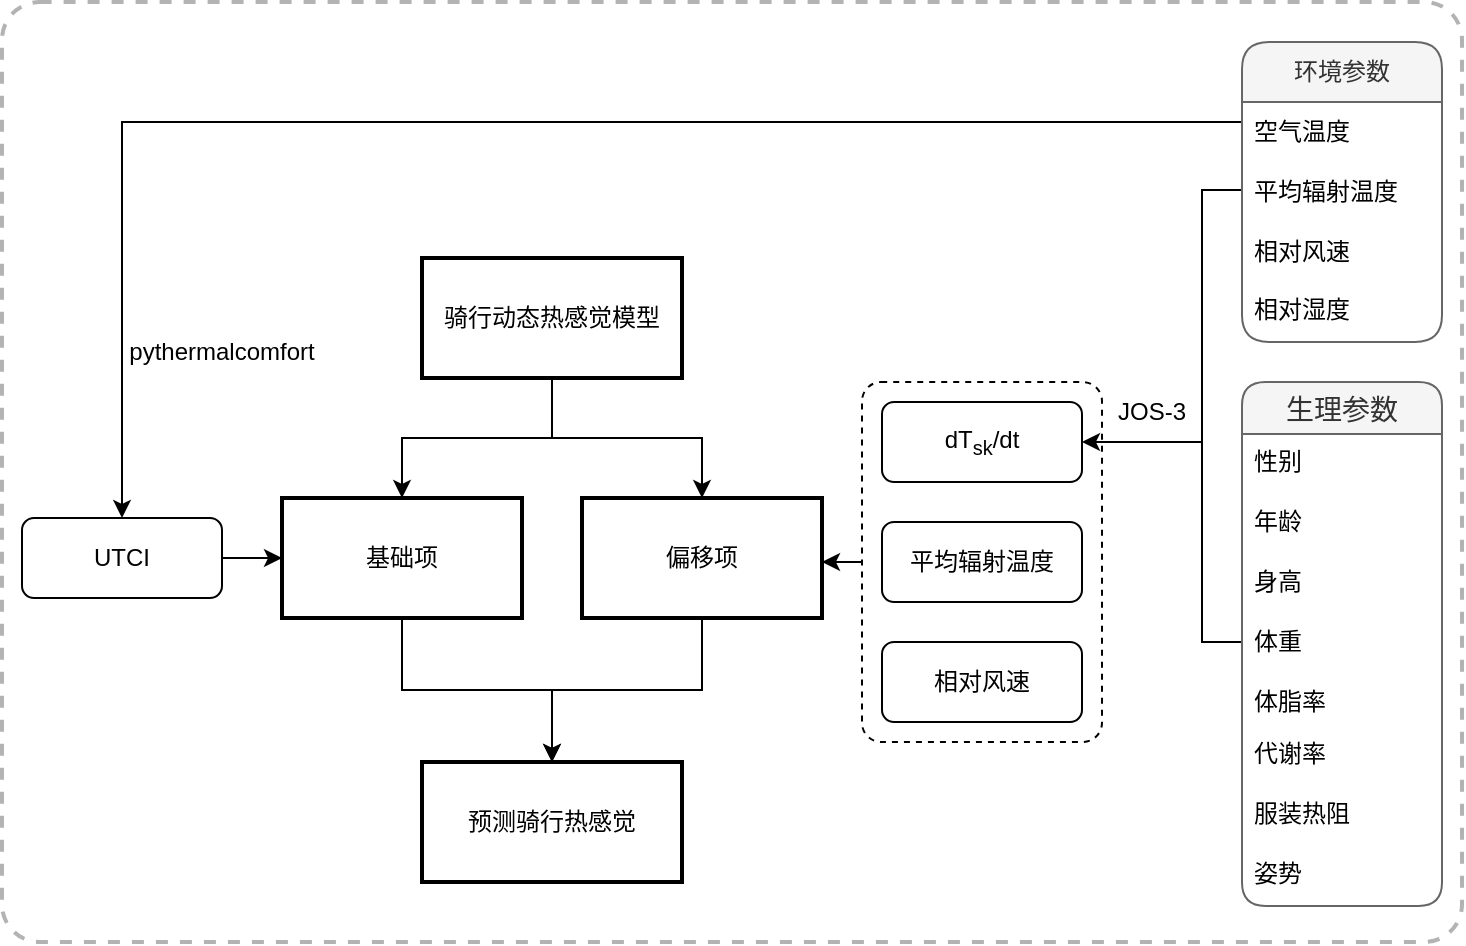
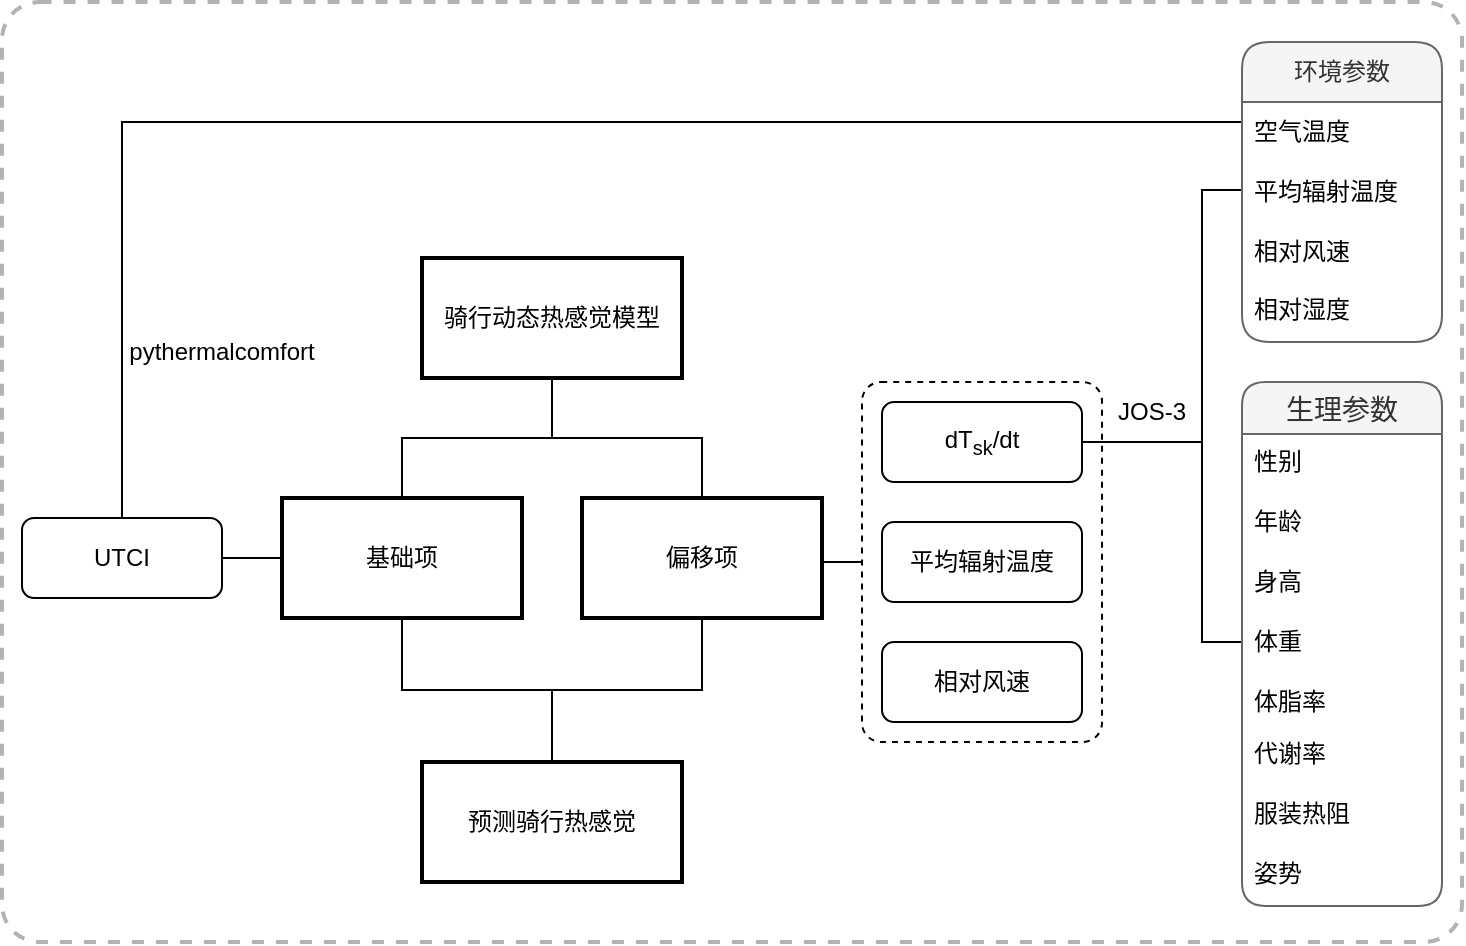
- <mxfile host="app.diagrams.net" agent="Mozilla/5.0 (Windows NT 10.0; Win64; x64) AppleWebKit/537.36 (KHTML, like Gecko) Chrome/144.0.0.0 Safari/537.36 Edg/144.0.0.0" version="29.3.8">
+ <mxfile host="app.diagrams.net" agent="Mozilla/5.0 (Windows NT 10.0; Win64; x64) AppleWebKit/537.36 (KHTML, like Gecko) Chrome/144.0.0.0 Safari/537.36 Edg/144.0.0.0">
  <diagram name="第 1 页" id="glPK5P-ny3f8Xh9A9EKN">
-     <mxGraphModel dx="2880" dy="3063" grid="1" gridSize="10" guides="1" tooltips="1" connect="1" arrows="1" fold="1" page="1" pageScale="1" pageWidth="827" pageHeight="1169" math="0" shadow="0">
+     <mxGraphModel dx="2866" dy="3063" grid="1" gridSize="10" guides="1" tooltips="1" connect="1" arrows="1" fold="1" page="1" pageScale="1" pageWidth="827" pageHeight="1169" math="0" shadow="0">
      <root>
        <mxCell id="0" />
        <mxCell id="1" parent="0" />
        <mxCell id="DDlVv7utrR2fyOD2mtOR-19" edge="1" parent="1" style="edgeStyle=orthogonalEdgeStyle;rounded=0;orthogonalLoop=1;jettySize=auto;html=1;fontFamily=Helvetica;fontSize=12;fontColor=default;entryX=0.5;entryY=1;entryDx=0;entryDy=0;exitX=0.5;exitY=0;exitDx=0;exitDy=0;curved=0;endArrow=none;endFill=0;" value="">
          <mxGeometry relative="1" as="geometry">
            <Array as="points">
              <mxPoint x="590" y="290" />
              <mxPoint x="420" y="290" />
            </Array>
            <mxPoint x="590" y="310" as="sourcePoint" />
          </mxGeometry>
        </mxCell>
        <mxCell id="DDlVv7utrR2fyOD2mtOR-20" edge="1" parent="1" style="edgeStyle=orthogonalEdgeStyle;rounded=0;orthogonalLoop=1;jettySize=auto;html=1;fontFamily=Helvetica;fontSize=12;fontColor=default;entryX=0.5;entryY=1;entryDx=0;entryDy=0;curved=0;endArrow=none;endFill=0;" value="">
          <mxGeometry relative="1" as="geometry">
            <Array as="points">
              <mxPoint x="590" y="290" />
              <mxPoint x="760" y="290" />
            </Array>
            <mxPoint x="590.0000000000002" y="310" as="sourcePoint" />
          </mxGeometry>
        </mxCell>
        <mxCell id="DDlVv7utrR2fyOD2mtOR-21" edge="1" parent="1" style="edgeStyle=orthogonalEdgeStyle;rounded=0;orthogonalLoop=1;jettySize=auto;html=1;fontFamily=Helvetica;fontSize=12;fontColor=default;curved=0;endArrow=none;endFill=0;" value="">
          <mxGeometry relative="1" as="geometry">
            <mxPoint x="590" y="310" as="sourcePoint" />
          </mxGeometry>
        </mxCell>
        <mxCell id="DDlVv7utrR2fyOD2mtOR-28" parent="1" style="whiteSpace=wrap;strokeWidth=2;verticalAlign=top;container=0;rounded=1;dashed=1;rotation=0;arcSize=4;imageHeight=810;absoluteArcSize=0;imageWidth=510;strokeColor=#B3B3B3;fontFamily=Times New Roman;" value="" vertex="1">
          <mxGeometry height="470" width="730" x="-1650" y="-2330" as="geometry" />
        </mxCell>
-         <mxCell id="Wkw2B2C9g4WW052a8NMw-73" edge="1" parent="1" source="DDlVv7utrR2fyOD2mtOR-34" style="edgeStyle=orthogonalEdgeStyle;rounded=0;orthogonalLoop=1;jettySize=auto;html=1;entryX=0.5;entryY=0;entryDx=0;entryDy=0;" target="DDlVv7utrR2fyOD2mtOR-35">
+         <mxCell id="Wkw2B2C9g4WW052a8NMw-73" edge="1" parent="1" source="DDlVv7utrR2fyOD2mtOR-34" style="edgeStyle=orthogonalEdgeStyle;rounded=0;orthogonalLoop=1;jettySize=auto;html=1;entryX=0.5;entryY=0;entryDx=0;entryDy=0;endArrow=none;endFill=0;" target="DDlVv7utrR2fyOD2mtOR-35">
          <mxGeometry relative="1" as="geometry" />
        </mxCell>
-         <mxCell id="Wkw2B2C9g4WW052a8NMw-74" edge="1" parent="1" source="DDlVv7utrR2fyOD2mtOR-34" style="edgeStyle=orthogonalEdgeStyle;rounded=0;orthogonalLoop=1;jettySize=auto;html=1;entryX=0.5;entryY=0;entryDx=0;entryDy=0;" target="DDlVv7utrR2fyOD2mtOR-37">
+         <mxCell id="Wkw2B2C9g4WW052a8NMw-74" edge="1" parent="1" source="DDlVv7utrR2fyOD2mtOR-34" style="edgeStyle=orthogonalEdgeStyle;rounded=0;orthogonalLoop=1;jettySize=auto;html=1;entryX=0.5;entryY=0;entryDx=0;entryDy=0;endArrow=none;endFill=0;" target="DDlVv7utrR2fyOD2mtOR-37">
          <mxGeometry relative="1" as="geometry" />
        </mxCell>
        <mxCell id="DDlVv7utrR2fyOD2mtOR-34" parent="1" style="whiteSpace=wrap;strokeWidth=2;fontFamily=Times New Roman;" value="骑行动态热感觉模型" vertex="1">
          <mxGeometry height="60" width="130" x="-1440" y="-2202" as="geometry" />
        </mxCell>
        <mxCell id="DDlVv7utrR2fyOD2mtOR-39" parent="1" style="whiteSpace=wrap;strokeWidth=2;fontFamily=Times New Roman;" value="预测骑行热感觉" vertex="1">
          <mxGeometry height="60" width="130" x="-1440" y="-1950" as="geometry" />
        </mxCell>
        <mxCell id="DDlVv7utrR2fyOD2mtOR-52" edge="1" parent="1" style="curved=1;startArrow=none;endArrow=block;exitX=1;exitY=0.5;entryX=0;entryY=0.5;rounded=0;strokeWidth=2;fontFamily=Times New Roman;" value="">
          <mxGeometry relative="1" as="geometry">
            <Array as="points" />
            <mxPoint x="-664.9999999999998" y="630" as="sourcePoint" />
          </mxGeometry>
        </mxCell>
        <mxCell id="DDlVv7utrR2fyOD2mtOR-53" edge="1" parent="1" style="curved=1;startArrow=none;endArrow=block;exitX=1;exitY=0.5;entryX=0;entryY=0.5;rounded=0;strokeWidth=2;fontFamily=Times New Roman;" value="">
          <mxGeometry relative="1" as="geometry">
            <Array as="points" />
            <mxPoint x="-517" y="630" as="sourcePoint" />
          </mxGeometry>
        </mxCell>
        <mxCell id="DDlVv7utrR2fyOD2mtOR-54" edge="1" parent="1" style="curved=1;startArrow=none;endArrow=block;exitX=1;exitY=0.5;entryX=0;entryY=0.5;rounded=0;exitDx=0;exitDy=0;strokeWidth=2;fontFamily=Times New Roman;" value="">
          <mxGeometry relative="1" as="geometry">
            <Array as="points" />
            <mxPoint x="-370" y="630" as="sourcePoint" />
          </mxGeometry>
        </mxCell>
        <mxCell id="DDlVv7utrR2fyOD2mtOR-55" edge="1" parent="1" style="curved=1;startArrow=none;endArrow=block;exitX=1;exitY=0.5;entryX=0;entryY=0.5;rounded=0;strokeWidth=2;fontFamily=Times New Roman;" value="">
          <mxGeometry relative="1" as="geometry">
            <Array as="points" />
            <mxPoint x="-222" y="630" as="sourcePoint" />
          </mxGeometry>
        </mxCell>
        <mxCell id="DDlVv7utrR2fyOD2mtOR-56" edge="1" parent="1" style="edgeStyle=orthogonalEdgeStyle;rounded=0;orthogonalLoop=1;jettySize=auto;html=1;" value="">
          <mxGeometry relative="1" as="geometry">
            <mxPoint x="1137.9300000000003" y="275" as="targetPoint" />
          </mxGeometry>
        </mxCell>
        <mxCell id="DDlVv7utrR2fyOD2mtOR-65" edge="1" parent="1" style="edgeStyle=orthogonalEdgeStyle;rounded=0;orthogonalLoop=1;jettySize=auto;html=1;strokeColor=#808080;strokeWidth=2;fontFamily=Times New Roman;">
          <mxGeometry relative="1" as="geometry">
            <mxPoint x="210" y="780" as="targetPoint" />
          </mxGeometry>
        </mxCell>
        <mxCell id="DDlVv7utrR2fyOD2mtOR-82" edge="1" parent="1" style="edgeStyle=orthogonalEdgeStyle;rounded=0;orthogonalLoop=1;jettySize=auto;html=1;fontFamily=Times New Roman;fontSize=12;fontColor=default;exitX=1;exitY=0.25;exitDx=0;exitDy=0;entryX=0;entryY=0.25;entryDx=0;entryDy=0;strokeWidth=2;" value="">
          <mxGeometry relative="1" as="geometry">
            <mxPoint x="-347" y="117.5" as="sourcePoint" />
          </mxGeometry>
        </mxCell>
-         <mxCell id="Wkw2B2C9g4WW052a8NMw-72" edge="1" parent="1" source="Wkw2B2C9g4WW052a8NMw-11" style="edgeStyle=orthogonalEdgeStyle;rounded=0;orthogonalLoop=1;jettySize=auto;html=1;" target="DDlVv7utrR2fyOD2mtOR-35">
+         <mxCell id="Wkw2B2C9g4WW052a8NMw-72" edge="1" parent="1" source="Wkw2B2C9g4WW052a8NMw-11" style="edgeStyle=orthogonalEdgeStyle;rounded=0;orthogonalLoop=1;jettySize=auto;html=1;endArrow=none;endFill=0;" target="DDlVv7utrR2fyOD2mtOR-35">
          <mxGeometry relative="1" as="geometry" />
        </mxCell>
        <mxCell id="Wkw2B2C9g4WW052a8NMw-11" parent="1" style="rounded=1;whiteSpace=wrap;html=1;" value="UTCI" vertex="1">
          <mxGeometry height="40" width="100" x="-1640" y="-2072" as="geometry" />
        </mxCell>
        <mxCell id="Wkw2B2C9g4WW052a8NMw-62" connectable="0" parent="1" style="group" value="" vertex="1">
          <mxGeometry height="60" width="270" x="-1510" y="-2082" as="geometry" />
        </mxCell>
        <mxCell id="DDlVv7utrR2fyOD2mtOR-35" parent="Wkw2B2C9g4WW052a8NMw-62" style="whiteSpace=wrap;strokeWidth=2;fontFamily=Times New Roman;" value="基础项" vertex="1">
          <mxGeometry height="60" width="120" as="geometry" />
        </mxCell>
        <mxCell id="DDlVv7utrR2fyOD2mtOR-37" parent="Wkw2B2C9g4WW052a8NMw-62" style="whiteSpace=wrap;strokeWidth=2;fontFamily=Times New Roman;" value="偏移项" vertex="1">
          <mxGeometry height="60" width="120" x="150" as="geometry" />
        </mxCell>
-         <mxCell id="Wkw2B2C9g4WW052a8NMw-69" edge="1" parent="1" source="Wkw2B2C9g4WW052a8NMw-87" style="edgeStyle=orthogonalEdgeStyle;rounded=0;orthogonalLoop=1;jettySize=auto;html=1;entryX=0.5;entryY=0;entryDx=0;entryDy=0;exitX=0;exitY=0.5;exitDx=0;exitDy=0;" target="Wkw2B2C9g4WW052a8NMw-11">
+         <mxCell id="Wkw2B2C9g4WW052a8NMw-69" edge="1" parent="1" source="Wkw2B2C9g4WW052a8NMw-87" style="edgeStyle=orthogonalEdgeStyle;rounded=0;orthogonalLoop=1;jettySize=auto;html=1;entryX=0.5;entryY=0;entryDx=0;entryDy=0;exitX=0;exitY=0.5;exitDx=0;exitDy=0;endArrow=none;endFill=0;" target="Wkw2B2C9g4WW052a8NMw-11">
          <mxGeometry relative="1" as="geometry">
            <Array as="points">
              <mxPoint x="-1030" y="-2270" />
              <mxPoint x="-1590" y="-2270" />
            </Array>
          </mxGeometry>
        </mxCell>
-         <mxCell id="Wkw2B2C9g4WW052a8NMw-75" edge="1" parent="1" source="DDlVv7utrR2fyOD2mtOR-35" style="edgeStyle=orthogonalEdgeStyle;rounded=0;orthogonalLoop=1;jettySize=auto;html=1;" target="DDlVv7utrR2fyOD2mtOR-39">
+         <mxCell id="Wkw2B2C9g4WW052a8NMw-75" edge="1" parent="1" source="DDlVv7utrR2fyOD2mtOR-35" style="edgeStyle=orthogonalEdgeStyle;rounded=0;orthogonalLoop=1;jettySize=auto;html=1;endArrow=none;endFill=0;" target="DDlVv7utrR2fyOD2mtOR-39">
          <mxGeometry relative="1" as="geometry" />
        </mxCell>
-         <mxCell id="Wkw2B2C9g4WW052a8NMw-76" edge="1" parent="1" source="DDlVv7utrR2fyOD2mtOR-37" style="edgeStyle=orthogonalEdgeStyle;rounded=0;orthogonalLoop=1;jettySize=auto;html=1;" target="DDlVv7utrR2fyOD2mtOR-39">
+         <mxCell id="Wkw2B2C9g4WW052a8NMw-76" edge="1" parent="1" source="DDlVv7utrR2fyOD2mtOR-37" style="edgeStyle=orthogonalEdgeStyle;rounded=0;orthogonalLoop=1;jettySize=auto;html=1;endArrow=none;endFill=0;" target="DDlVv7utrR2fyOD2mtOR-39">
          <mxGeometry relative="1" as="geometry" />
        </mxCell>
        <mxCell id="Wkw2B2C9g4WW052a8NMw-103" edge="1" parent="1" source="Wkw2B2C9g4WW052a8NMw-86" style="edgeStyle=orthogonalEdgeStyle;rounded=0;orthogonalLoop=1;jettySize=auto;html=1;entryX=1;entryY=0.5;entryDx=0;entryDy=0;" target="Wkw2B2C9g4WW052a8NMw-102">
          <mxGeometry relative="1" as="geometry">
            <Array as="points">
              <mxPoint x="-1050" y="-2236" />
              <mxPoint x="-1050" y="-2110" />
            </Array>
          </mxGeometry>
        </mxCell>
        <mxCell id="Wkw2B2C9g4WW052a8NMw-86" parent="1" style="swimlane;fontStyle=0;childLayout=stackLayout;horizontal=1;startSize=30;horizontalStack=0;resizeParent=1;resizeParentMax=0;resizeLast=0;collapsible=1;marginBottom=0;whiteSpace=wrap;html=1;fillColor=#f5f5f5;strokeColor=#666666;fontColor=#333333;rounded=1;" value="环境参数" vertex="1">
          <mxGeometry height="150" width="100" x="-1030" y="-2310" as="geometry">
            <mxRectangle height="30" width="90" x="-1530" y="-1880" as="alternateBounds" />
          </mxGeometry>
        </mxCell>
        <mxCell id="Wkw2B2C9g4WW052a8NMw-87" parent="Wkw2B2C9g4WW052a8NMw-86" style="text;strokeColor=none;fillColor=none;align=left;verticalAlign=middle;spacingLeft=4;spacingRight=4;overflow=hidden;points=[[0,0.5],[1,0.5]];portConstraint=eastwest;rotatable=0;whiteSpace=wrap;html=1;" value="空气温度" vertex="1">
          <mxGeometry height="30" width="100" y="30" as="geometry" />
        </mxCell>
        <mxCell id="Wkw2B2C9g4WW052a8NMw-88" parent="Wkw2B2C9g4WW052a8NMw-86" style="text;strokeColor=none;fillColor=none;align=left;verticalAlign=middle;spacingLeft=4;spacingRight=4;overflow=hidden;points=[[0,0.5],[1,0.5]];portConstraint=eastwest;rotatable=0;whiteSpace=wrap;html=1;" value="平均辐射温度" vertex="1">
          <mxGeometry height="30" width="100" y="60" as="geometry" />
        </mxCell>
        <mxCell id="Wkw2B2C9g4WW052a8NMw-89" parent="Wkw2B2C9g4WW052a8NMw-86" style="text;strokeColor=none;fillColor=none;align=left;verticalAlign=middle;spacingLeft=4;spacingRight=4;overflow=hidden;points=[[0,0.5],[1,0.5]];portConstraint=eastwest;rotatable=0;whiteSpace=wrap;html=1;" value="相对风速" vertex="1">
          <mxGeometry height="30" width="100" y="90" as="geometry" />
        </mxCell>
        <mxCell id="Wkw2B2C9g4WW052a8NMw-90" parent="Wkw2B2C9g4WW052a8NMw-86" style="text;strokeColor=none;fillColor=none;spacingLeft=4;spacingRight=4;overflow=hidden;rotatable=0;points=[[0,0.5],[1,0.5]];portConstraint=eastwest;fontSize=12;whiteSpace=wrap;html=1;" value="相对湿度" vertex="1">
          <mxGeometry height="30" width="100" y="120" as="geometry" />
        </mxCell>
-         <mxCell id="Wkw2B2C9g4WW052a8NMw-108" edge="1" parent="1" source="Wkw2B2C9g4WW052a8NMw-107" style="edgeStyle=orthogonalEdgeStyle;rounded=0;orthogonalLoop=1;jettySize=auto;html=1;entryX=1.004;entryY=0.54;entryDx=0;entryDy=0;entryPerimeter=0;" target="DDlVv7utrR2fyOD2mtOR-37">
+         <mxCell id="Wkw2B2C9g4WW052a8NMw-108" edge="1" parent="1" source="Wkw2B2C9g4WW052a8NMw-107" style="edgeStyle=orthogonalEdgeStyle;rounded=0;orthogonalLoop=1;jettySize=auto;html=1;entryX=1.004;entryY=0.54;entryDx=0;entryDy=0;entryPerimeter=0;endArrow=none;endFill=0;" target="DDlVv7utrR2fyOD2mtOR-37">
          <mxGeometry relative="1" as="geometry" />
        </mxCell>
        <mxCell id="Wkw2B2C9g4WW052a8NMw-107" parent="1" style="rounded=1;whiteSpace=wrap;html=1;dashed=1;arcSize=8;" value="" vertex="1">
          <mxGeometry height="180" width="120" x="-1220" y="-2140" as="geometry" />
        </mxCell>
-         <mxCell id="Wkw2B2C9g4WW052a8NMw-104" edge="1" parent="1" source="Wkw2B2C9g4WW052a8NMw-91" style="edgeStyle=orthogonalEdgeStyle;rounded=0;orthogonalLoop=1;jettySize=auto;html=1;entryX=1;entryY=0.5;entryDx=0;entryDy=0;" target="Wkw2B2C9g4WW052a8NMw-102">
+         <mxCell id="Wkw2B2C9g4WW052a8NMw-104" edge="1" parent="1" source="Wkw2B2C9g4WW052a8NMw-91" style="edgeStyle=orthogonalEdgeStyle;rounded=0;orthogonalLoop=1;jettySize=auto;html=1;entryX=1;entryY=0.5;entryDx=0;entryDy=0;endArrow=none;endFill=0;" target="Wkw2B2C9g4WW052a8NMw-102">
          <mxGeometry relative="1" as="geometry">
            <Array as="points">
              <mxPoint x="-1050" y="-2010" />
              <mxPoint x="-1050" y="-2110" />
            </Array>
          </mxGeometry>
        </mxCell>
        <mxCell id="Wkw2B2C9g4WW052a8NMw-91" parent="1" style="swimlane;fontStyle=0;childLayout=stackLayout;horizontal=1;startSize=26;horizontalStack=0;resizeParent=1;resizeParentMax=0;resizeLast=0;collapsible=1;marginBottom=0;align=center;fontSize=14;fillColor=#f5f5f5;strokeColor=#666666;fontColor=#333333;rounded=1;" value="生理参数" vertex="1">
          <mxGeometry height="262" width="100" x="-1030" y="-2140" as="geometry" />
        </mxCell>
        <mxCell id="Wkw2B2C9g4WW052a8NMw-92" parent="Wkw2B2C9g4WW052a8NMw-91" style="text;strokeColor=none;fillColor=none;spacingLeft=4;spacingRight=4;overflow=hidden;rotatable=0;points=[[0,0.5],[1,0.5]];portConstraint=eastwest;fontSize=12;whiteSpace=wrap;html=1;" value="性别" vertex="1">
          <mxGeometry height="30" width="100" y="26" as="geometry" />
        </mxCell>
        <mxCell id="Wkw2B2C9g4WW052a8NMw-93" parent="Wkw2B2C9g4WW052a8NMw-91" style="text;strokeColor=none;fillColor=none;spacingLeft=4;spacingRight=4;overflow=hidden;rotatable=0;points=[[0,0.5],[1,0.5]];portConstraint=eastwest;fontSize=12;whiteSpace=wrap;html=1;" value="年龄" vertex="1">
          <mxGeometry height="30" width="100" y="56" as="geometry" />
        </mxCell>
        <mxCell id="Wkw2B2C9g4WW052a8NMw-94" parent="Wkw2B2C9g4WW052a8NMw-91" style="text;strokeColor=none;fillColor=none;spacingLeft=4;spacingRight=4;overflow=hidden;rotatable=0;points=[[0,0.5],[1,0.5]];portConstraint=eastwest;fontSize=12;whiteSpace=wrap;html=1;" value="身高" vertex="1">
          <mxGeometry height="30" width="100" y="86" as="geometry" />
        </mxCell>
        <mxCell id="Wkw2B2C9g4WW052a8NMw-95" parent="Wkw2B2C9g4WW052a8NMw-91" style="text;strokeColor=none;fillColor=none;spacingLeft=4;spacingRight=4;overflow=hidden;rotatable=0;points=[[0,0.5],[1,0.5]];portConstraint=eastwest;fontSize=12;whiteSpace=wrap;html=1;" value="体重" vertex="1">
          <mxGeometry height="30" width="100" y="116" as="geometry" />
        </mxCell>
        <mxCell id="Wkw2B2C9g4WW052a8NMw-96" parent="Wkw2B2C9g4WW052a8NMw-91" style="text;strokeColor=none;fillColor=none;spacingLeft=4;spacingRight=4;overflow=hidden;rotatable=0;points=[[0,0.5],[1,0.5]];portConstraint=eastwest;fontSize=12;whiteSpace=wrap;html=1;" value="体脂率" vertex="1">
          <mxGeometry height="26" width="100" y="146" as="geometry" />
        </mxCell>
        <mxCell id="Wkw2B2C9g4WW052a8NMw-97" parent="Wkw2B2C9g4WW052a8NMw-91" style="text;strokeColor=none;fillColor=none;spacingLeft=4;spacingRight=4;overflow=hidden;rotatable=0;points=[[0,0.5],[1,0.5]];portConstraint=eastwest;fontSize=12;whiteSpace=wrap;html=1;" value="代谢率" vertex="1">
          <mxGeometry height="30" width="100" y="172" as="geometry" />
        </mxCell>
        <mxCell id="Wkw2B2C9g4WW052a8NMw-98" parent="Wkw2B2C9g4WW052a8NMw-91" style="text;strokeColor=none;fillColor=none;spacingLeft=4;spacingRight=4;overflow=hidden;rotatable=0;points=[[0,0.5],[1,0.5]];portConstraint=eastwest;fontSize=12;whiteSpace=wrap;html=1;" value="服装热阻" vertex="1">
          <mxGeometry height="30" width="100" y="202" as="geometry" />
        </mxCell>
        <mxCell id="Wkw2B2C9g4WW052a8NMw-99" parent="Wkw2B2C9g4WW052a8NMw-91" style="text;strokeColor=none;fillColor=none;spacingLeft=4;spacingRight=4;overflow=hidden;rotatable=0;points=[[0,0.5],[1,0.5]];portConstraint=eastwest;fontSize=12;whiteSpace=wrap;html=1;" value="姿势" vertex="1">
          <mxGeometry height="30" width="100" y="232" as="geometry" />
        </mxCell>
        <mxCell id="Wkw2B2C9g4WW052a8NMw-102" parent="1" style="rounded=1;whiteSpace=wrap;html=1;verticalAlign=middle;" value="dT&lt;sub&gt;sk&lt;/sub&gt;/dt" vertex="1">
          <mxGeometry height="40" width="100" x="-1210" y="-2130" as="geometry" />
        </mxCell>
        <mxCell id="Wkw2B2C9g4WW052a8NMw-105" parent="1" style="rounded=1;whiteSpace=wrap;html=1;" value="平均辐射温度" vertex="1">
          <mxGeometry height="40" width="100" x="-1210" y="-2070" as="geometry" />
        </mxCell>
        <mxCell id="Wkw2B2C9g4WW052a8NMw-106" parent="1" style="rounded=1;whiteSpace=wrap;html=1;" value="相对风速" vertex="1">
          <mxGeometry height="40" width="100" x="-1210" y="-2010" as="geometry" />
        </mxCell>
        <mxCell id="xDeIDy7PFFhB4bOu9Oc1-1" parent="1" style="text;html=1;whiteSpace=wrap;strokeColor=none;fillColor=none;align=center;verticalAlign=middle;rounded=0;" value="pythermalcomfort" vertex="1">
          <mxGeometry height="30" width="60" x="-1570" y="-2170" as="geometry" />
        </mxCell>
        <mxCell id="xDeIDy7PFFhB4bOu9Oc1-3" parent="1" style="text;html=1;whiteSpace=wrap;strokeColor=none;fillColor=none;align=center;verticalAlign=middle;rounded=0;" value="JOS-3" vertex="1">
          <mxGeometry height="30" width="60" x="-1105" y="-2140" as="geometry" />
        </mxCell>
      </root>
    </mxGraphModel>
  </diagram>
</mxfile>
